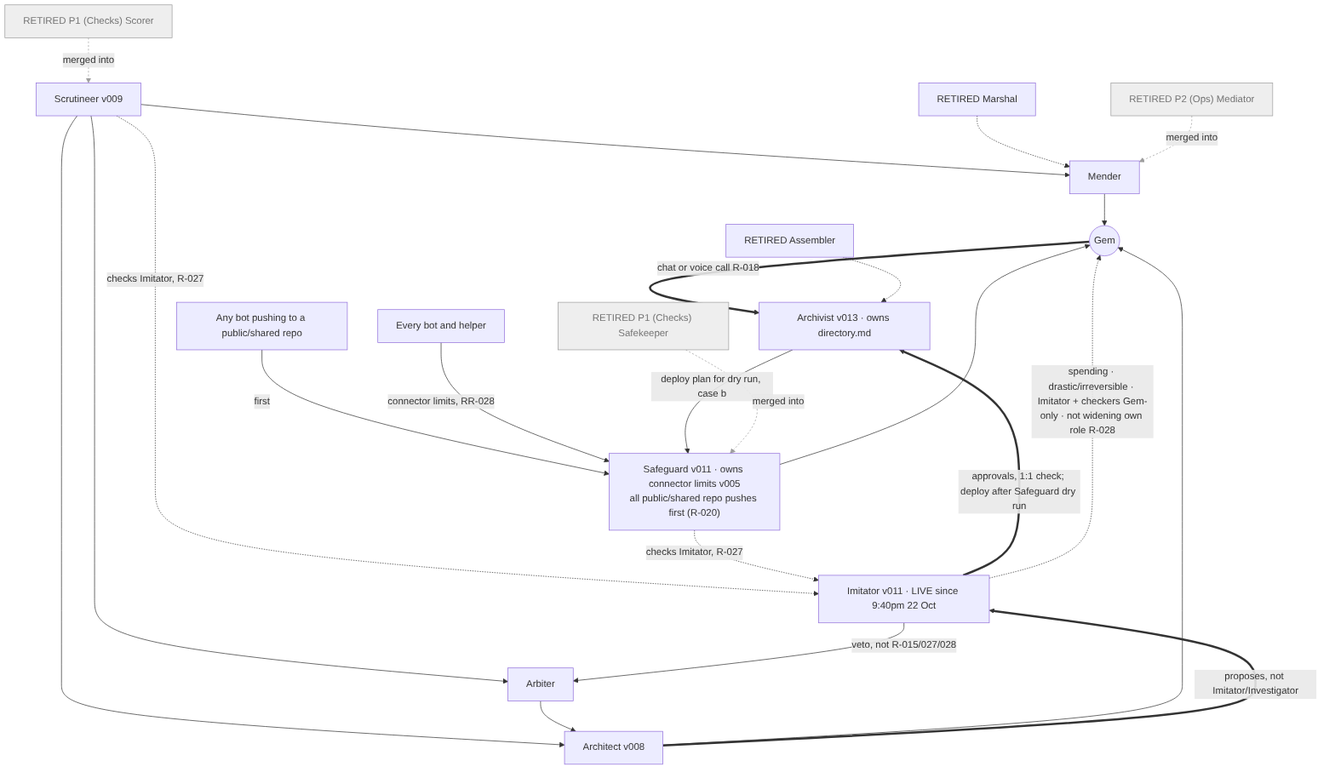
Above: governance/cartography/role-map-detail-governance.png in gemquota/gvmw (Mermaid), before the change. Its source is kept beside it as governance/cartography/role-map-detail-governance.mmd.
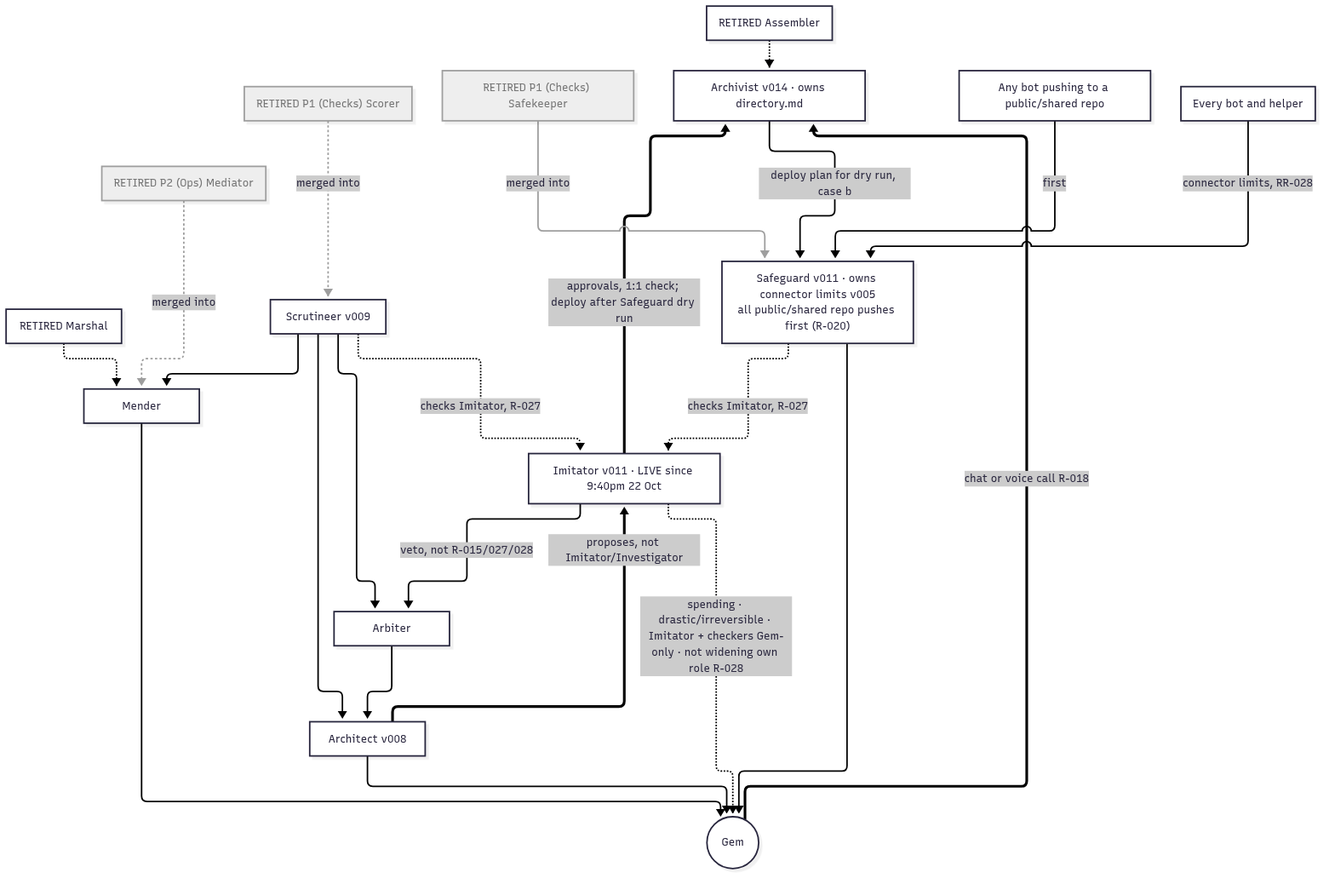
After the change.

Diff of the diagram source:
```diff
@@ -2,7 +2,7 @@
 flowchart TB
   GEM(("Gem"))
   ARX["Architect v008"] --> GEM
-  GEM ==>|chat or voice call R-018| ARC["Archivist v013 · owns directory.md"]
+  GEM ==>|chat or voice call R-018| ARC["Archivist v014 · owns directory.md"]
   ASM["RETIRED Assembler"] -.-> ARC
   SCR["Scrutineer v009"]
   SCO["RETIRED P1 (Checks) Scorer"]
```
